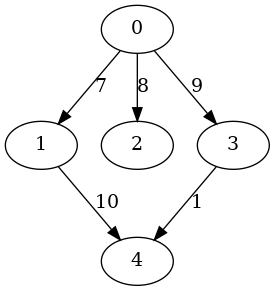
The Graphviz diagram graph.png in 1mchlkrpch/algo, before a commit. Its source is kept beside it as graph.dot. Source of this version:
```dot
digraph G {
	0->1 [label=7]
	0->2 [label=8]
	0->3 [label=9]
	1->4 [label=10]
	3->4 [label=1]
}
```
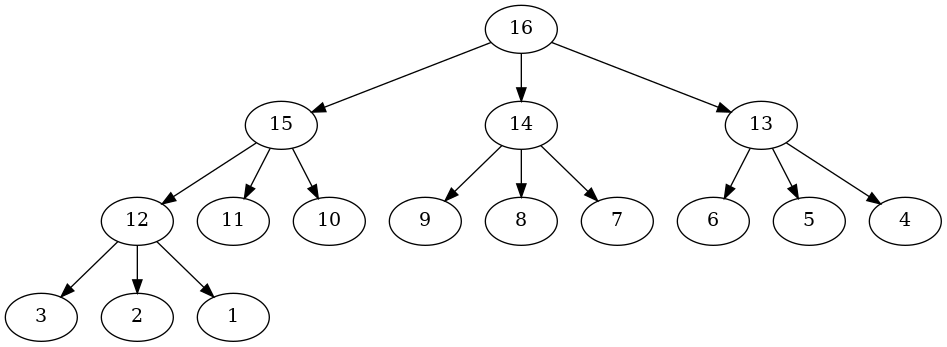
The same diagram one commit later.

The edit, as a diff of the source:
```diff
@@ -1,7 +1,17 @@
 digraph G {
-	0->1 [label=7]
-	0->2 [label=8]
-	0->3 [label=9]
-	1->4 [label=10]
-	3->4 [label=1]
+	16->15
+	16->14
+	16->13
+	15->12
+	15->11
+	15->10
+	14->9
+	14->8
+	14->7
+	13->6
+	13->5
+	13->4
+	12->3
+	12->2
+	12->1
 }
```
